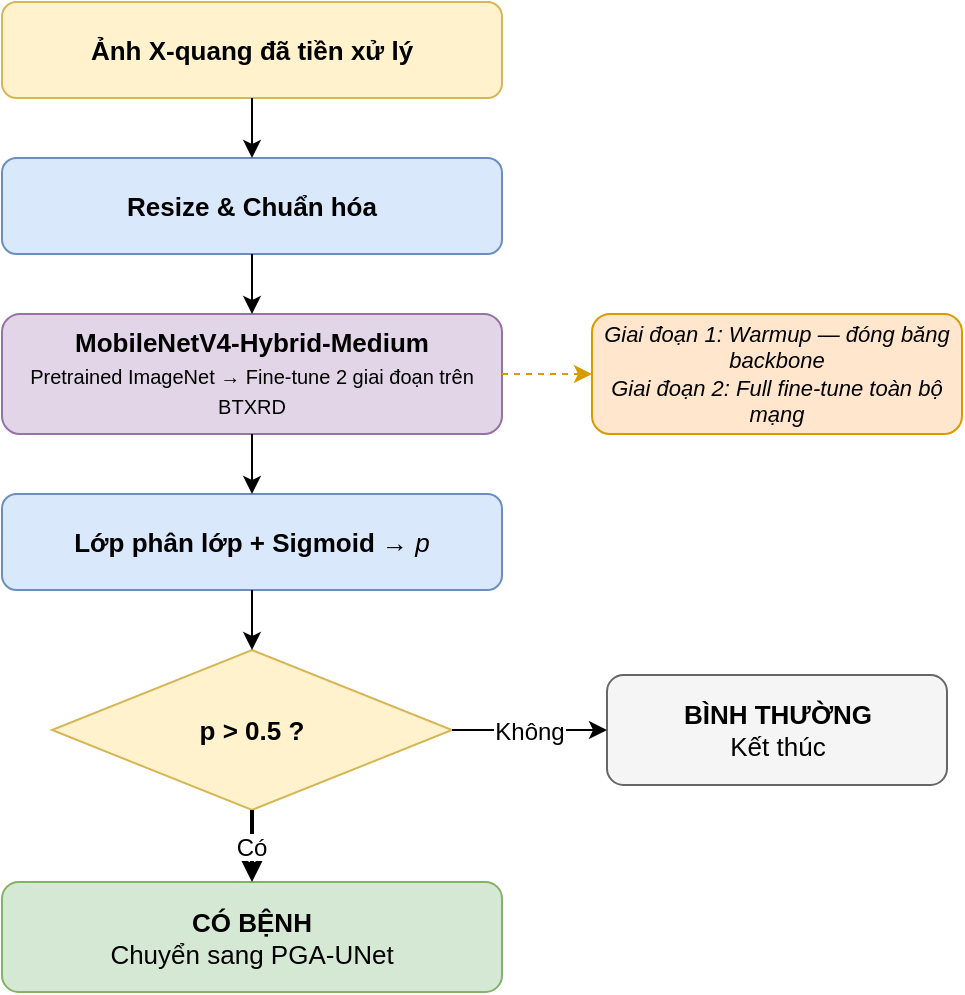
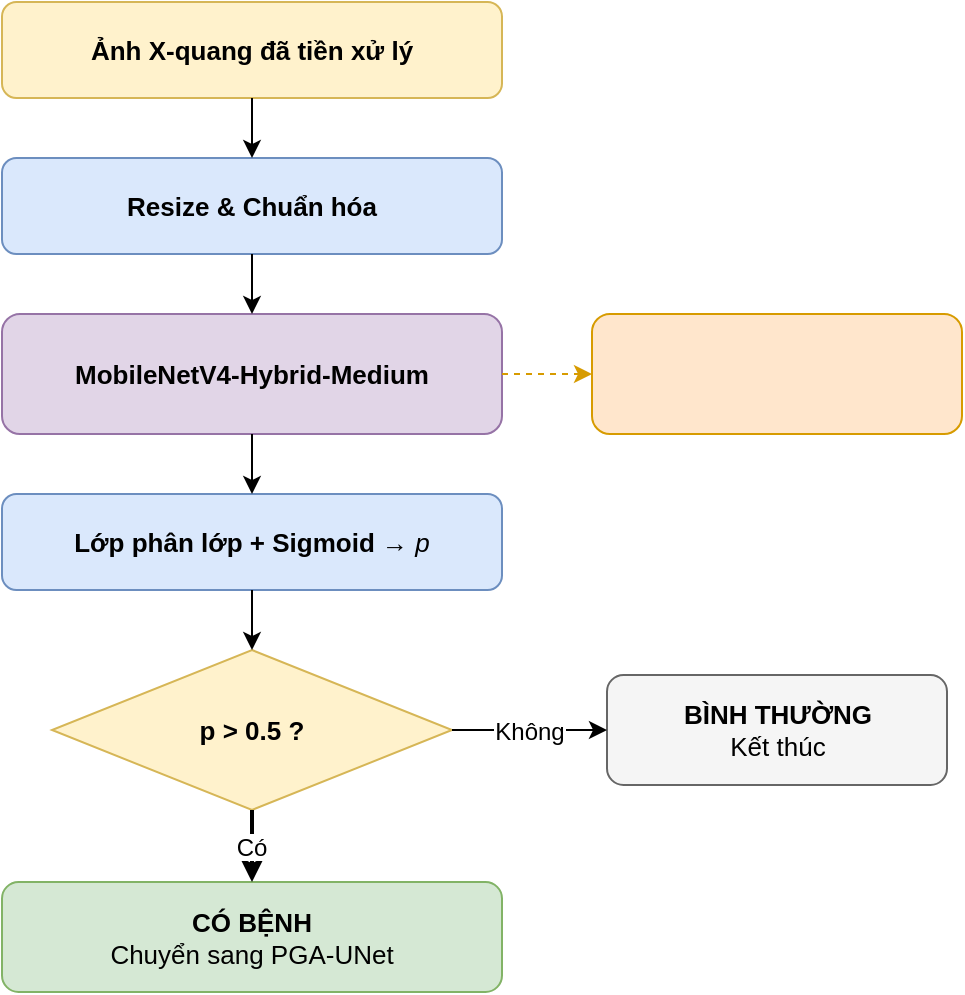
<mxfile host="65bd71144e">
    <diagram name="Classification Pipeline" id="classification_pipeline">
        <mxGraphModel dx="962" dy="272" grid="1" gridSize="10" guides="1" tooltips="1" connect="1" arrows="1" fold="1" page="1" pageScale="1" pageWidth="800" pageHeight="720" math="0" shadow="0">
            <root>
                <mxCell id="0"/>
                <mxCell id="1" parent="0"/>
                <mxCell id="in" value="&lt;b&gt;Ảnh X-quang đã tiền xử lý&lt;/b&gt;" style="rounded=1;whiteSpace=wrap;html=1;fillColor=#fff2cc;strokeColor=#d6b656;fontSize=13;" parent="1" vertex="1">
                    <mxGeometry x="275" y="20" width="250" height="48" as="geometry"/>
                </mxCell>
                <mxCell id="pre" value="&lt;b&gt;Resize &amp; Chuẩn hóa&lt;/b&gt;" style="rounded=1;whiteSpace=wrap;html=1;fillColor=#dae8fc;strokeColor=#6c8ebf;fontSize=13;" parent="1" vertex="1">
                    <mxGeometry x="275" y="98" width="250" height="48" as="geometry"/>
                </mxCell>
-                 <mxCell id="model" value="&lt;b&gt;MobileNetV4-Hybrid-Medium&lt;/b&gt;&lt;br&gt;&lt;font style=&quot;font-size:10px;&quot;&gt;Pretrained ImageNet → Fine-tune 2 giai đoạn trên BTXRD&lt;/font&gt;" style="rounded=1;whiteSpace=wrap;html=1;fillColor=#e1d5e7;strokeColor=#9673a6;fontSize=13;" parent="1" vertex="1">
+                 <mxCell id="model" value="&lt;b&gt;MobileNetV4-Hybrid-Medium&lt;/b&gt;" style="rounded=1;whiteSpace=wrap;html=1;fillColor=#e1d5e7;strokeColor=#9673a6;fontSize=13;" parent="1" vertex="1">
                    <mxGeometry x="275" y="176" width="250" height="60" as="geometry"/>
                </mxCell>
                <mxCell id="head" value="&lt;b&gt;Lớp phân lớp + Sigmoid&lt;/b&gt; → &lt;i&gt;p&lt;/i&gt;" style="rounded=1;whiteSpace=wrap;html=1;fillColor=#dae8fc;strokeColor=#6c8ebf;fontSize=13;" parent="1" vertex="1">
                    <mxGeometry x="275" y="266" width="250" height="48" as="geometry"/>
                </mxCell>
                <mxCell id="dec" value="&lt;b&gt;p &gt; 0.5 ?&lt;/b&gt;" style="rhombus;whiteSpace=wrap;html=1;fillColor=#fff2cc;strokeColor=#d6b656;fontSize=13;" parent="1" vertex="1">
                    <mxGeometry x="300" y="344" width="200" height="80" as="geometry"/>
                </mxCell>
                <mxCell id="yes" value="&lt;b&gt;CÓ BỆNH&lt;/b&gt;&lt;br&gt;Chuyển sang PGA-UNet" style="rounded=1;whiteSpace=wrap;html=1;fillColor=#d5e8d4;strokeColor=#82b366;fontSize=13;" parent="1" vertex="1">
                    <mxGeometry x="275" y="460" width="250" height="55" as="geometry"/>
                </mxCell>
                <mxCell id="no" value="&lt;b&gt;BÌNH THƯỜNG&lt;/b&gt;&lt;br&gt;Kết thúc" style="rounded=1;whiteSpace=wrap;html=1;fillColor=#f5f5f5;strokeColor=#666666;fontSize=13;" parent="1" vertex="1">
                    <mxGeometry x="577.5" y="356.5" width="170" height="55" as="geometry"/>
                </mxCell>
-                 <mxCell id="ft" value="Giai đoạn 1: Warmup — đóng băng backbone&lt;br&gt;Giai đoạn 2: Full fine-tune toàn bộ mạng" style="rounded=1;whiteSpace=wrap;html=1;fillColor=#ffe6cc;strokeColor=#d79b00;fontSize=11;fontStyle=2;" parent="1" vertex="1">
+                 <mxCell id="ft" value="" style="rounded=1;whiteSpace=wrap;html=1;fillColor=#ffe6cc;strokeColor=#d79b00;fontSize=11;fontStyle=2;" parent="1" vertex="1">
                    <mxGeometry x="570" y="176" width="185" height="60" as="geometry"/>
                </mxCell>
                <mxCell id="e_ft" value="" style="edgeStyle=orthogonalEdgeStyle;dashed=1;strokeColor=#d79b00;" parent="1" source="model" target="ft" edge="1">
                    <mxGeometry relative="1" as="geometry"/>
                </mxCell>
                <mxCell id="e1" value="" style="edgeStyle=orthogonalEdgeStyle;" parent="1" source="in" target="pre" edge="1">
                    <mxGeometry relative="1" as="geometry"/>
                </mxCell>
                <mxCell id="e2" value="" style="edgeStyle=orthogonalEdgeStyle;" parent="1" source="pre" target="model" edge="1">
                    <mxGeometry relative="1" as="geometry"/>
                </mxCell>
                <mxCell id="e3" value="" style="edgeStyle=orthogonalEdgeStyle;" parent="1" source="model" target="head" edge="1">
                    <mxGeometry relative="1" as="geometry"/>
                </mxCell>
                <mxCell id="e4" value="" style="edgeStyle=orthogonalEdgeStyle;" parent="1" source="head" target="dec" edge="1">
                    <mxGeometry relative="1" as="geometry"/>
                </mxCell>
                <mxCell id="e5" value="Có" style="edgeStyle=orthogonalEdgeStyle;strokeWidth=2;fontSize=12;" parent="1" source="dec" target="yes" edge="1">
                    <mxGeometry relative="1" as="geometry"/>
                </mxCell>
                <mxCell id="e6" value="Không" style="edgeStyle=orthogonalEdgeStyle;fontSize=12;" parent="1" source="dec" target="no" edge="1">
                    <mxGeometry relative="1" as="geometry"/>
                </mxCell>
            </root>
        </mxGraphModel>
    </diagram>
</mxfile>